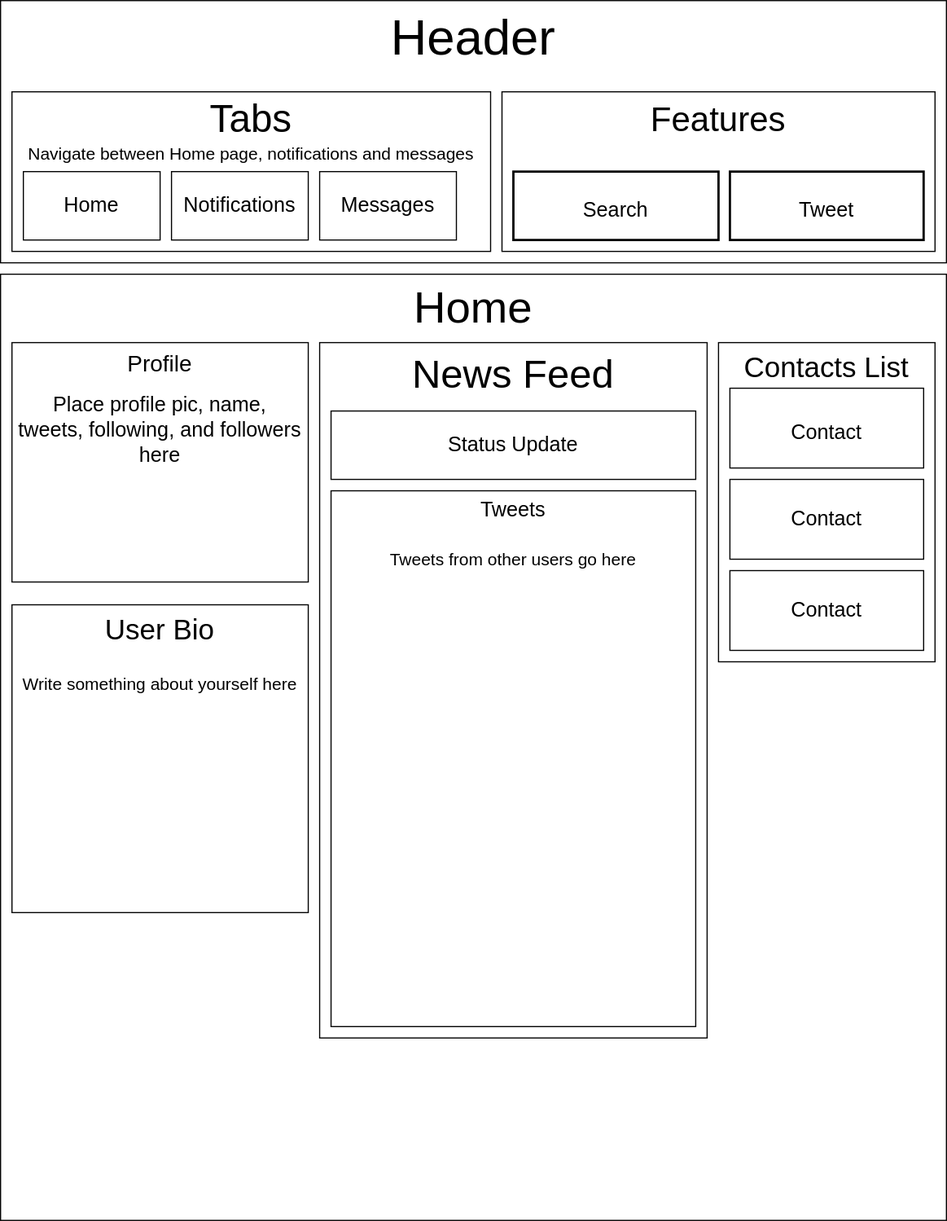
This is Social_Media_Clone.drawio.svg from besure94/social-media-clone, a draw.io export, as it was before one commit. Source tidied: cells renumbered, new cells last; positions are measured from the earlier drawing's top-left corner, leaving out a move shared by most shapes.
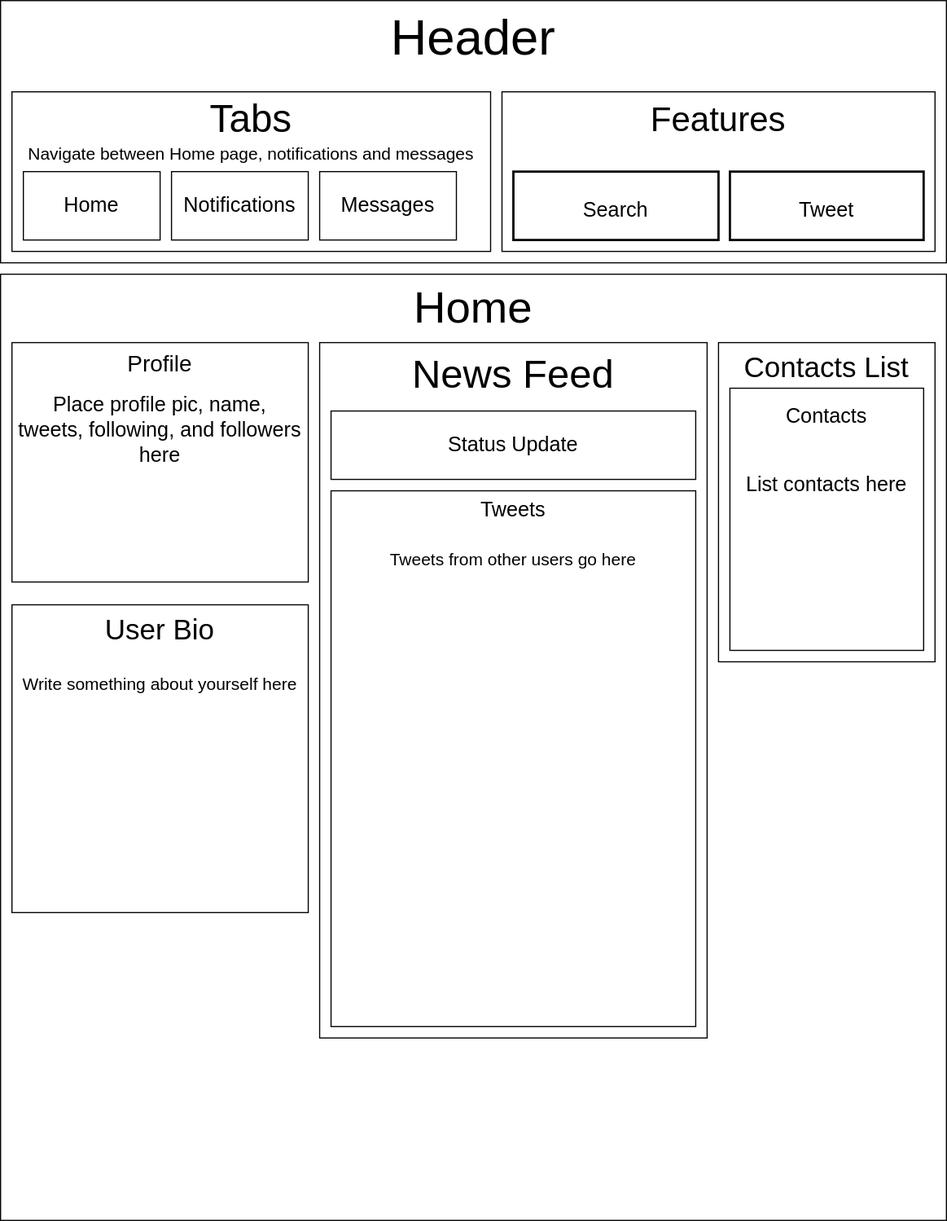
After the commit.

Commit message:
Add ContactsList and Contact components to Home component.

The edit, as a diff of the source:
```diff
@@ -32,15 +32,9 @@
     <mxCell id="11" value="Contacts List" style="rounded=0;whiteSpace=wrap;html=1;fontSize=25;verticalAlign=top;" parent="1" vertex="1">
       <mxGeometry x="630" y="300" width="190" height="280" as="geometry" />
     </mxCell>
-    <mxCell id="12" value="&lt;font style=&quot;font-size: 18px;&quot;&gt;Contact&lt;/font&gt;" style="rounded=0;whiteSpace=wrap;html=1;fontSize=25;" parent="1" vertex="1">
-      <mxGeometry x="640" y="340" width="170" height="70" as="geometry" />
+    <mxCell id="12" value="&lt;span style=&quot;font-size: 18px;&quot;&gt;Contacts&lt;br&gt;&lt;br&gt;List contacts here&lt;br&gt;&lt;/span&gt;" style="rounded=0;whiteSpace=wrap;html=1;fontSize=25;verticalAlign=top;" parent="1" vertex="1">
+      <mxGeometry x="640" y="340" width="170" height="230" as="geometry" />
     </mxCell>
-    <mxCell id="13" value="Contact" style="rounded=0;whiteSpace=wrap;html=1;fontSize=18;" parent="1" vertex="1">
-      <mxGeometry x="640" y="420" width="170" height="70" as="geometry" />
-    </mxCell>
-    <mxCell id="14" value="Contact" style="rounded=0;whiteSpace=wrap;html=1;fontSize=18;" parent="1" vertex="1">
-      <mxGeometry x="640" y="500" width="170" height="70" as="geometry" />
-    </mxCell>
     <mxCell id="15" value="Status Update" style="rounded=0;whiteSpace=wrap;html=1;fontSize=18;" parent="1" vertex="1">
       <mxGeometry x="290" y="360" width="320" height="60" as="geometry" />
     </mxCell>
```
